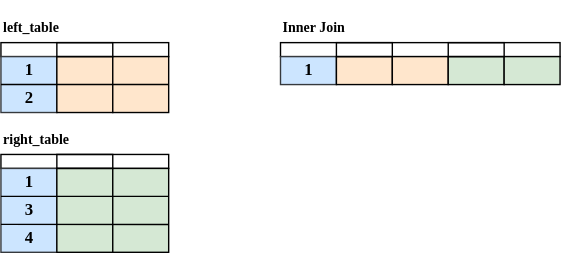
Earlier version of the draw.io export docs/diagrams/inner-join.svg (mabel-dev/opteryx). Source tidied: cells renumbered, new cells last; positions are measured from the earlier drawing's top-left corner, leaving out a move shared by most shapes. The source it was exported from:
```xml
<mxGraphModel>
  <root>
    <mxCell id="0" />
    <mxCell id="1" parent="0" />
    <mxCell id="2" style="rounded=0;whiteSpace=wrap;html=1;fontFamily=Lucida Console;fontSize=6;strokeColor=#000000;strokeWidth=1;fillColor=default;gradientColor=none;" parent="1" vertex="1">
      <mxGeometry y="30" width="120" height="10" as="geometry" />
    </mxCell>
    <mxCell id="3" style="rounded=0;whiteSpace=wrap;html=1;fontFamily=Lucida Console;fontSize=6;strokeColor=#36393d;strokeWidth=1;fillColor=#cce5ff;" parent="1" vertex="1">
      <mxGeometry y="40" width="40" height="40" as="geometry" />
    </mxCell>
    <mxCell id="4" style="rounded=0;whiteSpace=wrap;html=1;fontFamily=Lucida Console;fontSize=6;strokeColor=#000000;strokeWidth=1;fillColor=#ffe6cc;" parent="1" vertex="1">
      <mxGeometry x="40" y="40" width="40" height="40" as="geometry" />
    </mxCell>
    <mxCell id="5" style="rounded=0;whiteSpace=wrap;html=1;fontFamily=Lucida Console;fontSize=6;strokeColor=#000000;strokeWidth=1;fillColor=#ffe6cc;" parent="1" vertex="1">
      <mxGeometry x="80" y="40" width="40" height="40" as="geometry" />
    </mxCell>
    <mxCell id="6" style="endArrow=none;html=1;rounded=0;fontFamily=Lucida Console;fontSize=6;entryX=1;entryY=0.5;entryDx=0;entryDy=0;exitX=0;exitY=0.5;exitDx=0;exitDy=0;startArrow=none;" parent="1" edge="1" source="3" target="5">
      <mxGeometry relative="1" as="geometry" />
    </mxCell>
    <mxCell id="7" value="1" style="text;strokeColor=none;fillColor=none;html=1;fontSize=12;fontStyle=1;verticalAlign=middle;align=center;fontFamily=Lucida Console;" parent="1" vertex="1">
      <mxGeometry y="40" width="40" height="20" as="geometry" />
    </mxCell>
    <mxCell id="8" value="2" style="text;strokeColor=none;fillColor=none;html=1;fontSize=12;fontStyle=1;verticalAlign=middle;align=center;fontFamily=Lucida Console;" parent="1" vertex="1">
      <mxGeometry y="60" width="40" height="20" as="geometry" />
    </mxCell>
    <mxCell id="9" style="rounded=0;whiteSpace=wrap;html=1;fontFamily=Lucida Console;fontSize=6;strokeColor=#000000;strokeWidth=1;fillColor=none;" parent="1" vertex="1">
      <mxGeometry x="40" y="30" width="40" height="10" as="geometry" />
    </mxCell>
    <mxCell id="10" style="rounded=0;whiteSpace=wrap;html=1;fontFamily=Lucida Console;fontSize=6;strokeColor=#000000;strokeWidth=1;fillColor=default;gradientColor=none;" parent="1" vertex="1">
      <mxGeometry y="110" width="120" height="10" as="geometry" />
    </mxCell>
    <mxCell id="11" style="rounded=0;whiteSpace=wrap;html=1;fontFamily=Lucida Console;fontSize=6;strokeColor=#36393d;strokeWidth=1;fillColor=#cce5ff;" parent="1" vertex="1">
      <mxGeometry y="120" width="40" height="60" as="geometry" />
    </mxCell>
    <mxCell id="12" style="rounded=0;whiteSpace=wrap;html=1;fontFamily=Lucida Console;fontSize=6;strokeColor=#000000;strokeWidth=1;fillColor=#d5e8d4;" parent="1" vertex="1">
      <mxGeometry x="40" y="120" width="40" height="60" as="geometry" />
    </mxCell>
    <mxCell id="13" style="rounded=0;whiteSpace=wrap;html=1;fontFamily=Lucida Console;fontSize=6;strokeColor=#000000;strokeWidth=1;fillColor=#d5e8d4;" parent="1" vertex="1">
      <mxGeometry x="80" y="120" width="40" height="60" as="geometry" />
    </mxCell>
    <mxCell id="14" style="endArrow=none;html=1;rounded=0;fontFamily=Lucida Console;fontSize=6;exitX=0;exitY=0;exitDx=0;exitDy=0;startArrow=none;entryX=1;entryY=0.669;entryDx=0;entryDy=0;entryPerimeter=0;" parent="1" edge="1" source="18" target="13">
      <mxGeometry relative="1" as="geometry" />
    </mxCell>
    <mxCell id="15" value="1" style="text;strokeColor=none;fillColor=none;html=1;fontSize=12;fontStyle=1;verticalAlign=middle;align=center;fontFamily=Lucida Console;" parent="1" vertex="1">
      <mxGeometry y="120" width="40" height="20" as="geometry" />
    </mxCell>
    <mxCell id="16" value="3" style="text;strokeColor=none;fillColor=none;html=1;fontSize=12;fontStyle=1;verticalAlign=middle;align=center;fontFamily=Lucida Console;" parent="1" vertex="1">
      <mxGeometry y="140" width="40" height="20" as="geometry" />
    </mxCell>
    <mxCell id="17" style="rounded=0;whiteSpace=wrap;html=1;fontFamily=Lucida Console;fontSize=6;strokeColor=#000000;strokeWidth=1;fillColor=none;" parent="1" vertex="1">
      <mxGeometry x="40" y="110" width="40" height="10" as="geometry" />
    </mxCell>
    <mxCell id="18" value="4" style="text;strokeColor=none;fillColor=none;html=1;fontSize=12;fontStyle=1;verticalAlign=middle;align=center;fontFamily=Lucida Console;" parent="1" vertex="1">
      <mxGeometry y="160" width="40" height="20" as="geometry" />
    </mxCell>
    <mxCell id="19" style="endArrow=none;html=1;rounded=0;fontFamily=Lucida Console;fontSize=6;exitX=0;exitY=0;exitDx=0;exitDy=0;startArrow=none;" parent="1" edge="1" source="16">
      <mxGeometry relative="1" as="geometry">
        <mxPoint x="120" y="140" as="targetPoint" />
      </mxGeometry>
    </mxCell>
    <mxCell id="20" value="&lt;font style=&quot;font-size: 10px;&quot;&gt;left_table&lt;/font&gt;" style="text;strokeColor=none;fillColor=none;html=1;fontSize=24;fontStyle=1;verticalAlign=middle;align=left;fontFamily=Lucida Console;" parent="1" vertex="1">
      <mxGeometry width="100" height="30" as="geometry" />
    </mxCell>
    <mxCell id="21" value="&lt;font style=&quot;font-size: 10px;&quot;&gt;right_table&lt;/font&gt;" style="text;strokeColor=none;fillColor=none;html=1;fontSize=24;fontStyle=1;verticalAlign=middle;align=left;fontFamily=Lucida Console;" parent="1" vertex="1">
      <mxGeometry y="80" width="100" height="30" as="geometry" />
    </mxCell>
    <mxCell id="22" style="rounded=0;whiteSpace=wrap;html=1;fontFamily=Lucida Console;fontSize=6;strokeColor=#000000;strokeWidth=1;fillColor=default;gradientColor=none;" parent="1" vertex="1">
      <mxGeometry x="200" y="30" width="200" height="10" as="geometry" />
    </mxCell>
    <mxCell id="23" style="rounded=0;whiteSpace=wrap;html=1;fontFamily=Lucida Console;fontSize=6;strokeColor=#36393d;strokeWidth=1;fillColor=#cce5ff;" parent="1" vertex="1">
      <mxGeometry x="200" y="40" width="40" height="20" as="geometry" />
    </mxCell>
    <mxCell id="24" style="rounded=0;whiteSpace=wrap;html=1;fontFamily=Lucida Console;fontSize=6;strokeColor=#000000;strokeWidth=1;fillColor=#ffe6cc;" parent="1" vertex="1">
      <mxGeometry x="240" y="40" width="40" height="20" as="geometry" />
    </mxCell>
    <mxCell id="25" style="rounded=0;whiteSpace=wrap;html=1;fontFamily=Lucida Console;fontSize=6;strokeColor=#000000;strokeWidth=1;fillColor=#ffe6cc;" parent="1" vertex="1">
      <mxGeometry x="280" y="40" width="40" height="20" as="geometry" />
    </mxCell>
    <mxCell id="26" value="1" style="text;strokeColor=none;fillColor=none;html=1;fontSize=12;fontStyle=1;verticalAlign=middle;align=center;fontFamily=Lucida Console;" parent="1" vertex="1">
      <mxGeometry x="200" y="40" width="40" height="20" as="geometry" />
    </mxCell>
    <mxCell id="27" style="rounded=0;whiteSpace=wrap;html=1;fontFamily=Lucida Console;fontSize=6;strokeColor=#000000;strokeWidth=1;fillColor=none;" parent="1" vertex="1">
      <mxGeometry x="240" y="30" width="40" height="10" as="geometry" />
    </mxCell>
    <mxCell id="28" style="rounded=0;whiteSpace=wrap;html=1;fontFamily=Lucida Console;fontSize=6;strokeColor=#000000;strokeWidth=1;fillColor=#d5e8d4;" parent="1" vertex="1">
      <mxGeometry x="320" y="40" width="40" height="20" as="geometry" />
    </mxCell>
    <mxCell id="29" style="rounded=0;whiteSpace=wrap;html=1;fontFamily=Lucida Console;fontSize=6;strokeColor=#000000;strokeWidth=1;fillColor=#d5e8d4;" parent="1" vertex="1">
      <mxGeometry x="360" y="40" width="40" height="20" as="geometry" />
    </mxCell>
    <mxCell id="30" style="rounded=0;whiteSpace=wrap;html=1;fontFamily=Lucida Console;fontSize=6;strokeColor=#000000;strokeWidth=1;fillColor=none;" parent="1" vertex="1">
      <mxGeometry x="320" y="30" width="40" height="10" as="geometry" />
    </mxCell>
    <mxCell id="31" value="&lt;font style=&quot;font-size: 10px;&quot;&gt;Inner Join&lt;/font&gt;" style="text;strokeColor=none;fillColor=none;html=1;fontSize=24;fontStyle=1;verticalAlign=middle;align=left;fontFamily=Lucida Console;" parent="1" vertex="1">
      <mxGeometry x="200" width="100" height="30" as="geometry" />
    </mxCell>
  </root>
</mxGraphModel>
```
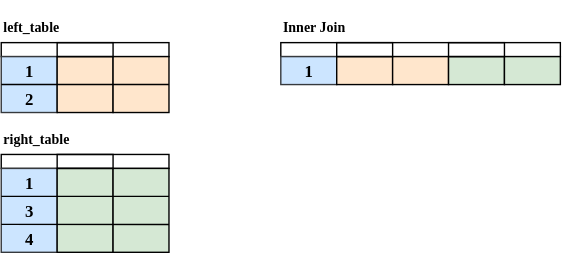
After the change.

The edit, as a diff of the source:
```diff
@@ -17,10 +17,10 @@
     <mxCell id="6" style="endArrow=none;html=1;rounded=0;fontFamily=Lucida Console;fontSize=6;entryX=1;entryY=0.5;entryDx=0;entryDy=0;exitX=0;exitY=0.5;exitDx=0;exitDy=0;startArrow=none;" parent="1" edge="1" source="3" target="5">
       <mxGeometry relative="1" as="geometry" />
     </mxCell>
-    <mxCell id="7" value="1" style="text;strokeColor=none;fillColor=none;html=1;fontSize=12;fontStyle=1;verticalAlign=middle;align=center;fontFamily=Lucida Console;" parent="1" vertex="1">
+    <mxCell id="7" value="1" style="text;strokeColor=none;fillColor=none;html=1;fontSize=12;fontStyle=1;verticalAlign=bottom;align=center;fontFamily=Lucida Console;" parent="1" vertex="1">
       <mxGeometry y="40" width="40" height="20" as="geometry" />
     </mxCell>
-    <mxCell id="8" value="2" style="text;strokeColor=none;fillColor=none;html=1;fontSize=12;fontStyle=1;verticalAlign=middle;align=center;fontFamily=Lucida Console;" parent="1" vertex="1">
+    <mxCell id="8" value="2" style="text;strokeColor=none;fillColor=none;html=1;fontSize=12;fontStyle=1;verticalAlign=bottom;align=center;fontFamily=Lucida Console;" parent="1" vertex="1">
       <mxGeometry y="60" width="40" height="20" as="geometry" />
     </mxCell>
     <mxCell id="9" style="rounded=0;whiteSpace=wrap;html=1;fontFamily=Lucida Console;fontSize=6;strokeColor=#000000;strokeWidth=1;fillColor=none;" parent="1" vertex="1">
@@ -41,16 +41,16 @@
     <mxCell id="14" style="endArrow=none;html=1;rounded=0;fontFamily=Lucida Console;fontSize=6;exitX=0;exitY=0;exitDx=0;exitDy=0;startArrow=none;entryX=1;entryY=0.669;entryDx=0;entryDy=0;entryPerimeter=0;" parent="1" edge="1" source="18" target="13">
       <mxGeometry relative="1" as="geometry" />
     </mxCell>
-    <mxCell id="15" value="1" style="text;strokeColor=none;fillColor=none;html=1;fontSize=12;fontStyle=1;verticalAlign=middle;align=center;fontFamily=Lucida Console;" parent="1" vertex="1">
+    <mxCell id="15" value="1" style="text;strokeColor=none;fillColor=none;html=1;fontSize=12;fontStyle=1;verticalAlign=bottom;align=center;fontFamily=Lucida Console;" parent="1" vertex="1">
       <mxGeometry y="120" width="40" height="20" as="geometry" />
     </mxCell>
-    <mxCell id="16" value="3" style="text;strokeColor=none;fillColor=none;html=1;fontSize=12;fontStyle=1;verticalAlign=middle;align=center;fontFamily=Lucida Console;" parent="1" vertex="1">
+    <mxCell id="16" value="3" style="text;strokeColor=none;fillColor=none;html=1;fontSize=12;fontStyle=1;verticalAlign=bottom;align=center;fontFamily=Lucida Console;" parent="1" vertex="1">
       <mxGeometry y="140" width="40" height="20" as="geometry" />
     </mxCell>
     <mxCell id="17" style="rounded=0;whiteSpace=wrap;html=1;fontFamily=Lucida Console;fontSize=6;strokeColor=#000000;strokeWidth=1;fillColor=none;" parent="1" vertex="1">
       <mxGeometry x="40" y="110" width="40" height="10" as="geometry" />
     </mxCell>
-    <mxCell id="18" value="4" style="text;strokeColor=none;fillColor=none;html=1;fontSize=12;fontStyle=1;verticalAlign=middle;align=center;fontFamily=Lucida Console;" parent="1" vertex="1">
+    <mxCell id="18" value="4" style="text;strokeColor=none;fillColor=none;html=1;fontSize=12;fontStyle=1;verticalAlign=bottom;align=center;fontFamily=Lucida Console;" parent="1" vertex="1">
       <mxGeometry y="160" width="40" height="20" as="geometry" />
     </mxCell>
     <mxCell id="19" style="endArrow=none;html=1;rounded=0;fontFamily=Lucida Console;fontSize=6;exitX=0;exitY=0;exitDx=0;exitDy=0;startArrow=none;" parent="1" edge="1" source="16">
@@ -76,7 +76,7 @@
     <mxCell id="25" style="rounded=0;whiteSpace=wrap;html=1;fontFamily=Lucida Console;fontSize=6;strokeColor=#000000;strokeWidth=1;fillColor=#ffe6cc;" parent="1" vertex="1">
       <mxGeometry x="280" y="40" width="40" height="20" as="geometry" />
     </mxCell>
-    <mxCell id="26" value="1" style="text;strokeColor=none;fillColor=none;html=1;fontSize=12;fontStyle=1;verticalAlign=middle;align=center;fontFamily=Lucida Console;" parent="1" vertex="1">
+    <mxCell id="26" value="1" style="text;strokeColor=none;fillColor=none;html=1;fontSize=12;fontStyle=1;verticalAlign=bottom;align=center;fontFamily=Lucida Console;" parent="1" vertex="1">
       <mxGeometry x="200" y="40" width="40" height="20" as="geometry" />
     </mxCell>
     <mxCell id="27" style="rounded=0;whiteSpace=wrap;html=1;fontFamily=Lucida Console;fontSize=6;strokeColor=#000000;strokeWidth=1;fillColor=none;" parent="1" vertex="1">
```
